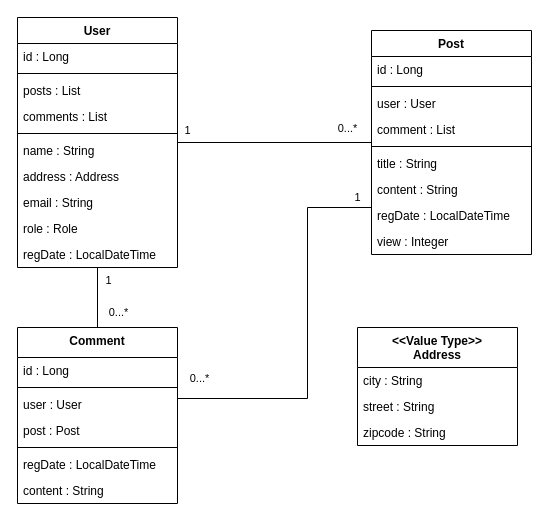
Above: ERD/ERD_JpaEntity.drawio in gyuray-dev/spring_forum (draw.io), before the change. Source tidied: cells renumbered, new cells numbered last; positions are measured from the earlier drawing's top-left corner, leaving out a move shared by most shapes. Both pictures are drawn from the tidied source at 100%, with x=0, y=0 at pixel (17, 17).
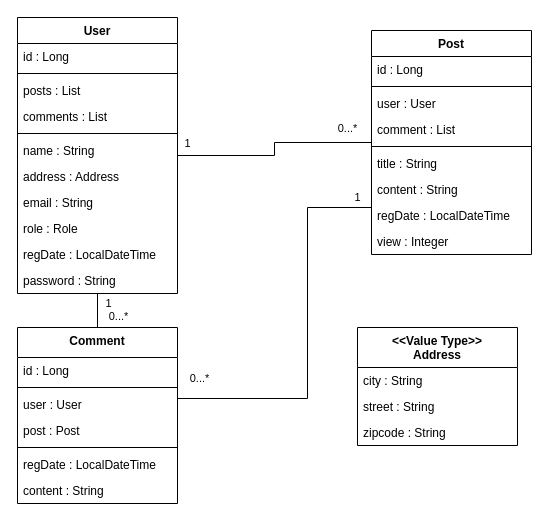
Above is the later version.

Commit message (it also covers changes not shown here):
Add User Entity password field

The edit, as a diff of the source:
```diff
@@
     <mxCell id="19" value="User" style="swimlane;fontStyle=1;align=center;verticalAlign=top;horizontal=1;startSize=26;rounded=0;shadow=0;strokeWidth=1;" parent="1" vertex="1">
-      <mxGeometry width="160" height="250" as="geometry" />
+      <mxGeometry width="160" height="276" as="geometry" />
     </mxCell>
@@
+    <mxCell id="44" value="password : String" style="text;align=left;verticalAlign=top;spacingLeft=4;spacingRight=4;overflow=hidden;" parent="19" vertex="1">
+      <mxGeometry y="250" width="160" height="26" as="geometry" />
+    </mxCell>
```
